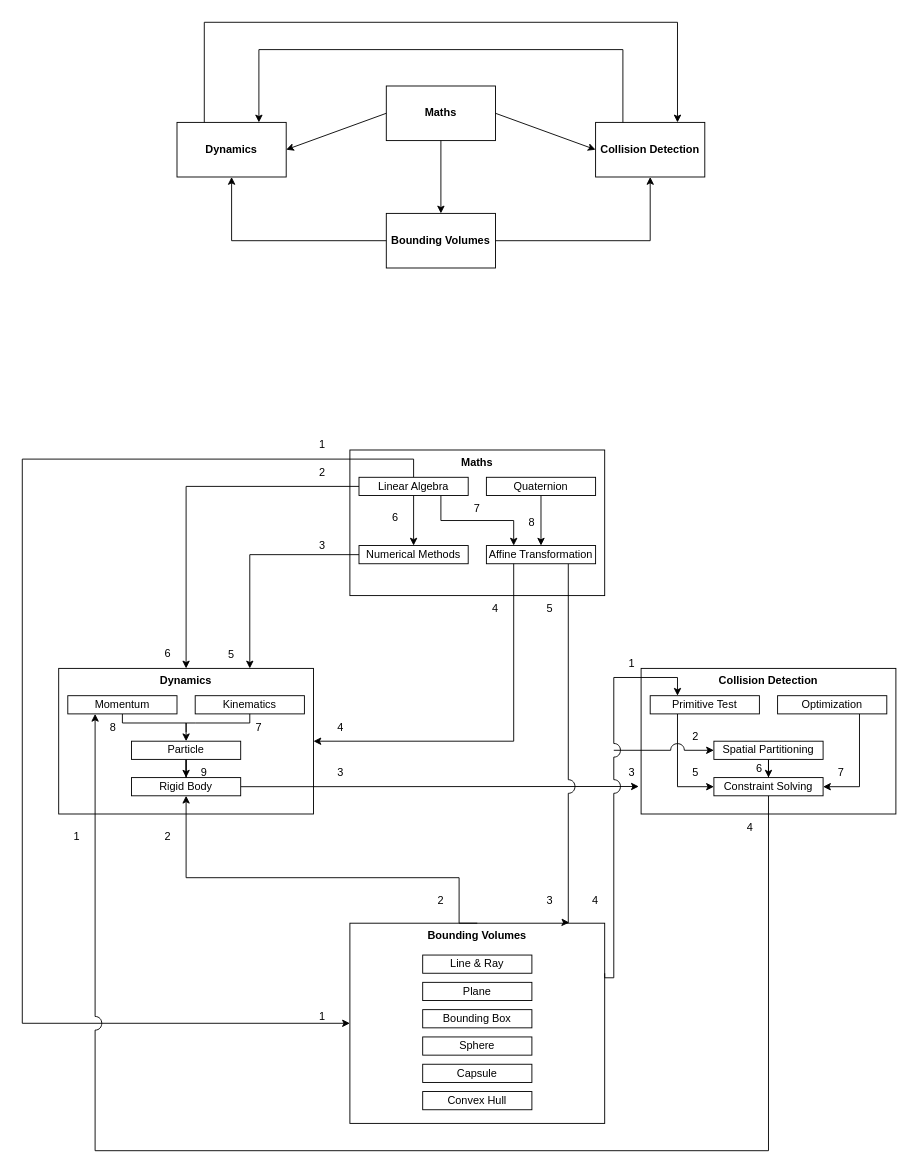
Above: ADS.drawio in VoHoAnhTuan/Diagrams (draw.io), before the change. Source tidied: cells renumbered, new cells numbered last; positions are measured from the earlier drawing's top-left corner, leaving out a move shared by most shapes. Both pictures are drawn from the tidied source at 91%, with x=0, y=0 at pixel (22, 22).
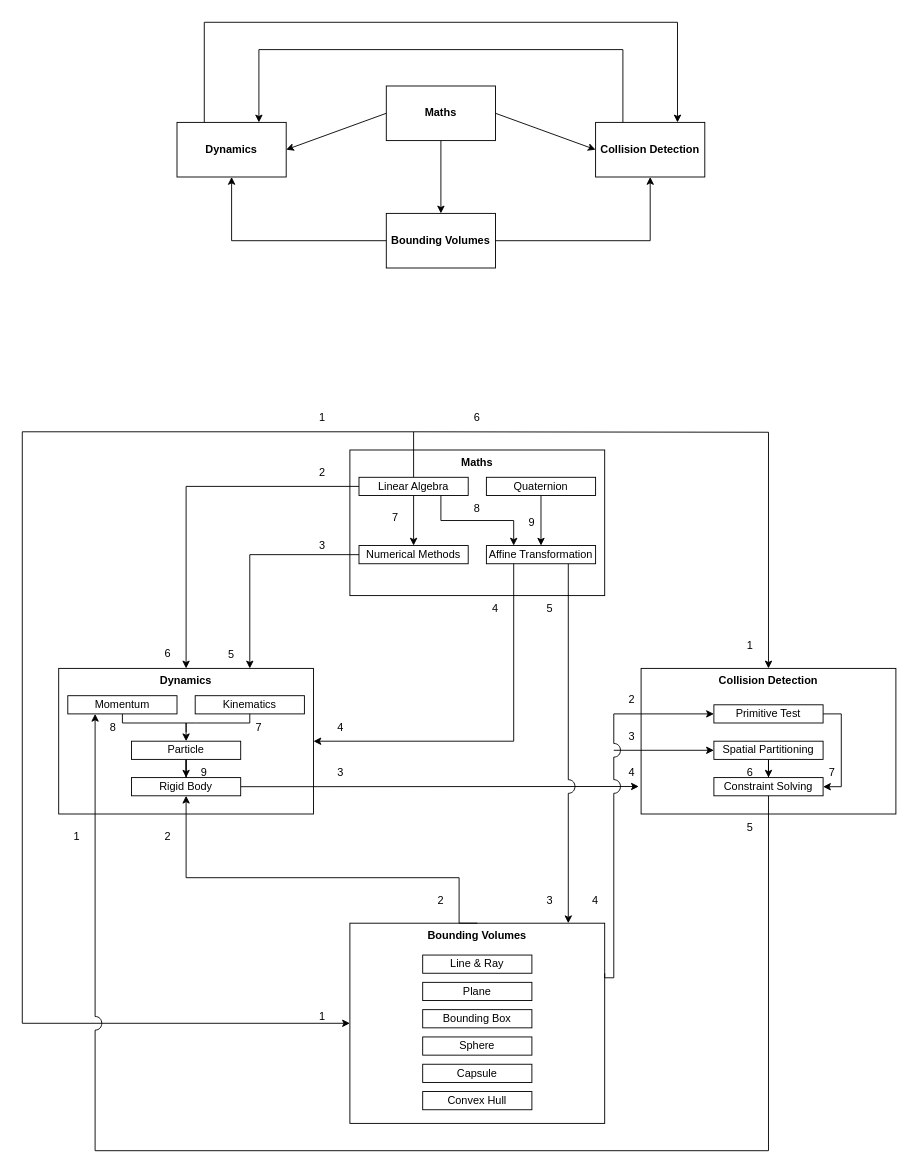
The same page after the edit.

The change refers to these unchanged cells:
```xml
<mxCell id="16" value="Bounding Volumes" style="rounded=0;whiteSpace=wrap;html=1;verticalAlign=top;fontStyle=1;" parent="1" vertex="1">
  <mxGeometry x="360" y="990" width="280" height="220" as="geometry" />
</mxCell>
<mxCell id="17" value="Collision Detection" style="rounded=0;whiteSpace=wrap;html=1;verticalAlign=top;fontStyle=1;" parent="1" vertex="1">
  <mxGeometry x="680" y="710" width="280" height="160" as="geometry" />
</mxCell>
<mxCell id="25" value="Linear Algebra" style="rounded=0;whiteSpace=wrap;html=1;" parent="1" vertex="1">
  <mxGeometry x="370" y="500" width="120" height="20" as="geometry" />
</mxCell>
<mxCell id="36" value="Affine Transformation" style="rounded=0;whiteSpace=wrap;html=1;" parent="1" vertex="1">
  <mxGeometry x="510" y="575" width="120" height="20" as="geometry" />
</mxCell>
<mxCell id="47" value="Constraint Solving" style="rounded=0;whiteSpace=wrap;html=1;" parent="1" vertex="1">
  <mxGeometry x="760" y="830" width="120" height="20" as="geometry" />
</mxCell>
```

Diff of the diagram source:
```diff
@@
     <mxCell id="24" style="edgeStyle=orthogonalEdgeStyle;rounded=0;jumpStyle=arc;jumpSize=15;jettySize=auto;html=1;exitX=0.5;exitY=0;exitDx=0;exitDy=0;entryX=0;entryY=0.5;entryDx=0;entryDy=0;" parent="1" edge="1" source="25" target="16">
       <mxGeometry relative="1" as="geometry">
         <Array as="points">
-          <mxPoint x="430" y="480" />
-          <mxPoint y="480" />
+          <mxPoint x="430" y="450" />
+          <mxPoint y="450" />
           <mxPoint y="1100" />
         </Array>
       </mxGeometry>
     </mxCell>
@@
-    <mxCell id="35" style="edgeStyle=orthogonalEdgeStyle;rounded=0;jumpStyle=arc;jumpSize=15;jettySize=auto;html=1;exitX=0.75;exitY=1;exitDx=0;exitDy=0;entryX=0.861;entryY=-0.003;entryDx=0;entryDy=0;entryPerimeter=0;" parent="1" edge="1" source="36" target="16">
+    <mxCell id="35" style="edgeStyle=orthogonalEdgeStyle;rounded=0;jumpStyle=arc;jumpSize=15;jettySize=auto;html=1;exitX=0.75;exitY=1;exitDx=0;exitDy=0;" parent="1" edge="1" source="36">
       <mxGeometry relative="1" as="geometry">
+        <mxPoint x="600" y="990" as="targetPoint" />
         <Array as="points">
           <mxPoint x="600" y="989" />
         </Array>
       </mxGeometry>
     </mxCell>
@@
-    <mxCell id="37" style="edgeStyle=orthogonalEdgeStyle;rounded=0;jettySize=auto;html=1;exitX=0.75;exitY=1;exitDx=0;exitDy=0;entryX=1;entryY=0.5;entryDx=0;entryDy=0;" parent="1" edge="1" source="38" target="47">
-      <mxGeometry relative="1" as="geometry" />
-    </mxCell>
-    <mxCell id="38" value="Optimization" style="rounded=0;whiteSpace=wrap;html=1;" parent="1" vertex="1">
-      <mxGeometry x="830" y="740" width="120" height="20" as="geometry" />
-    </mxCell>
@@
-    <mxCell id="44" style="edgeStyle=orthogonalEdgeStyle;rounded=0;jettySize=auto;html=1;exitX=0.25;exitY=1;exitDx=0;exitDy=0;entryX=0;entryY=0.5;entryDx=0;entryDy=0;" parent="1" edge="1" source="45" target="47">
+    <mxCell id="44" style="edgeStyle=orthogonalEdgeStyle;rounded=0;jettySize=auto;html=1;exitX=1;exitY=0.5;exitDx=0;exitDy=0;entryX=1;entryY=0.5;entryDx=0;entryDy=0;" parent="1" edge="1" source="45" target="47">
       <mxGeometry relative="1" as="geometry" />
     </mxCell>
     <mxCell id="45" value="Primitive Test" style="rounded=0;whiteSpace=wrap;html=1;" parent="1" vertex="1">
-      <mxGeometry x="690" y="740" width="120" height="20" as="geometry" />
+      <mxGeometry x="760" y="750" width="120" height="20" as="geometry" />
     </mxCell>
@@
-    <mxCell id="50" style="edgeStyle=orthogonalEdgeStyle;rounded=0;jumpStyle=arc;jumpSize=15;jettySize=auto;html=1;exitX=1;exitY=0.25;exitDx=0;exitDy=0;entryX=0.25;entryY=0;entryDx=0;entryDy=0;" parent="1" edge="1" source="16" target="45">
+    <mxCell id="50" style="edgeStyle=orthogonalEdgeStyle;rounded=0;jumpStyle=arc;jumpSize=15;jettySize=auto;html=1;exitX=1;exitY=0.25;exitDx=0;exitDy=0;entryX=0;entryY=0.5;entryDx=0;entryDy=0;" parent="1" edge="1" source="16" target="45">
       <mxGeometry relative="1" as="geometry">
         <Array as="points">
+          <mxPoint x="640" y="1050" />
           <mxPoint x="650" y="1050" />
-          <mxPoint x="650" y="720" />
-          <mxPoint x="720" y="720" />
+          <mxPoint x="650" y="760" />
         </Array>
       </mxGeometry>
     </mxCell>
@@
     <mxCell id="70" value="1" style="text;html=1;strokeColor=none;fillColor=none;align=center;verticalAlign=middle;whiteSpace=wrap;rounded=0;" parent="1" vertex="1">
-      <mxGeometry x="300" y="449" width="60" height="30" as="geometry" />
+      <mxGeometry x="300" y="420" width="60" height="30" as="geometry" />
     </mxCell>
@@
-    <mxCell id="73" value="6" style="text;html=1;strokeColor=none;fillColor=none;align=center;verticalAlign=middle;whiteSpace=wrap;rounded=0;" parent="1" vertex="1">
+    <mxCell id="73" value="7" style="text;html=1;strokeColor=none;fillColor=none;align=center;verticalAlign=middle;whiteSpace=wrap;rounded=0;" parent="1" vertex="1">
       <mxGeometry x="380" y="530" width="60" height="30" as="geometry" />
     </mxCell>
-    <mxCell id="74" value="7" style="text;html=1;strokeColor=none;fillColor=none;align=center;verticalAlign=middle;whiteSpace=wrap;rounded=0;" parent="1" vertex="1">
+    <mxCell id="74" value="8" style="text;html=1;strokeColor=none;fillColor=none;align=center;verticalAlign=middle;whiteSpace=wrap;rounded=0;" parent="1" vertex="1">
       <mxGeometry x="470" y="520" width="60" height="30" as="geometry" />
     </mxCell>
-    <mxCell id="75" value="8" style="text;html=1;strokeColor=none;fillColor=none;align=center;verticalAlign=middle;whiteSpace=wrap;rounded=0;" parent="1" vertex="1">
+    <mxCell id="75" value="9" style="text;html=1;strokeColor=none;fillColor=none;align=center;verticalAlign=middle;whiteSpace=wrap;rounded=0;" parent="1" vertex="1">
       <mxGeometry x="530" y="535" width="60" height="30" as="geometry" />
     </mxCell>
-    <mxCell id="76" value="3" style="text;html=1;strokeColor=none;fillColor=none;align=center;verticalAlign=middle;whiteSpace=wrap;rounded=0;" parent="1" vertex="1">
+    <mxCell id="76" value="4" style="text;html=1;strokeColor=none;fillColor=none;align=center;verticalAlign=middle;whiteSpace=wrap;rounded=0;" parent="1" vertex="1">
       <mxGeometry x="640" y="810" width="60" height="30" as="geometry" />
     </mxCell>
-    <mxCell id="77" value="2" style="text;html=1;strokeColor=none;fillColor=none;align=center;verticalAlign=middle;whiteSpace=wrap;rounded=0;" parent="1" vertex="1">
-      <mxGeometry x="710" y="770" width="60" height="30" as="geometry" />
+    <mxCell id="77" value="3" style="text;html=1;strokeColor=none;fillColor=none;align=center;verticalAlign=middle;whiteSpace=wrap;rounded=0;" parent="1" vertex="1">
+      <mxGeometry x="640" y="770" width="60" height="30" as="geometry" />
     </mxCell>
-    <mxCell id="78" value="1" style="text;html=1;strokeColor=none;fillColor=none;align=center;verticalAlign=middle;whiteSpace=wrap;rounded=0;" parent="1" vertex="1">
-      <mxGeometry x="640" y="690" width="60" height="30" as="geometry" />
+    <mxCell id="78" value="2" style="text;html=1;strokeColor=none;fillColor=none;align=center;verticalAlign=middle;whiteSpace=wrap;rounded=0;" parent="1" vertex="1">
+      <mxGeometry x="640" y="730" width="60" height="30" as="geometry" />
     </mxCell>
-    <mxCell id="79" value="4" style="text;html=1;strokeColor=none;fillColor=none;align=center;verticalAlign=middle;whiteSpace=wrap;rounded=0;" parent="1" vertex="1">
+    <mxCell id="79" value="5" style="text;html=1;strokeColor=none;fillColor=none;align=center;verticalAlign=middle;whiteSpace=wrap;rounded=0;" parent="1" vertex="1">
       <mxGeometry x="770" y="870" width="60" height="30" as="geometry" />
     </mxCell>
-    <mxCell id="80" value="5" style="text;html=1;strokeColor=none;fillColor=none;align=center;verticalAlign=middle;whiteSpace=wrap;rounded=0;" parent="1" vertex="1">
-      <mxGeometry x="710" y="810" width="60" height="30" as="geometry" />
+    <mxCell id="80" value="6" style="text;html=1;strokeColor=none;fillColor=none;align=center;verticalAlign=middle;whiteSpace=wrap;rounded=0;" parent="1" vertex="1">
+      <mxGeometry x="770" y="810" width="60" height="30" as="geometry" />
     </mxCell>
-    <mxCell id="81" value="6" style="text;html=1;strokeColor=none;fillColor=none;align=center;verticalAlign=middle;whiteSpace=wrap;rounded=0;" parent="1" vertex="1">
-      <mxGeometry x="780" y="805" width="60" height="30" as="geometry" />
+    <mxCell id="81" value="7" style="text;html=1;strokeColor=none;fillColor=none;align=center;verticalAlign=middle;whiteSpace=wrap;rounded=0;" parent="1" vertex="1">
+      <mxGeometry x="860" y="810" width="60" height="30" as="geometry" />
     </mxCell>
-    <mxCell id="82" value="7" style="text;html=1;strokeColor=none;fillColor=none;align=center;verticalAlign=middle;whiteSpace=wrap;rounded=0;" parent="1" vertex="1">
-      <mxGeometry x="870" y="810" width="60" height="30" as="geometry" />
-    </mxCell>
+    <mxCell id="83" style="endArrow=classic;html=1;rounded=0;entryX=0.5;entryY=0;entryDx=0;entryDy=0;edgeStyle=orthogonalEdgeStyle;" parent="1" edge="1" target="17">
+      <mxGeometry relative="1" as="geometry">
+        <mxPoint x="430" y="450" as="sourcePoint" />
+      </mxGeometry>
+    </mxCell>
+    <mxCell id="84" value="6" style="text;html=1;strokeColor=none;fillColor=none;align=center;verticalAlign=middle;whiteSpace=wrap;rounded=0;" parent="1" vertex="1">
+      <mxGeometry x="470" y="420" width="60" height="30" as="geometry" />
+    </mxCell>
+    <mxCell id="85" value="1" style="text;html=1;strokeColor=none;fillColor=none;align=center;verticalAlign=middle;whiteSpace=wrap;rounded=0;" parent="1" vertex="1">
+      <mxGeometry x="770" y="670" width="60" height="30" as="geometry" />
+    </mxCell>
```
